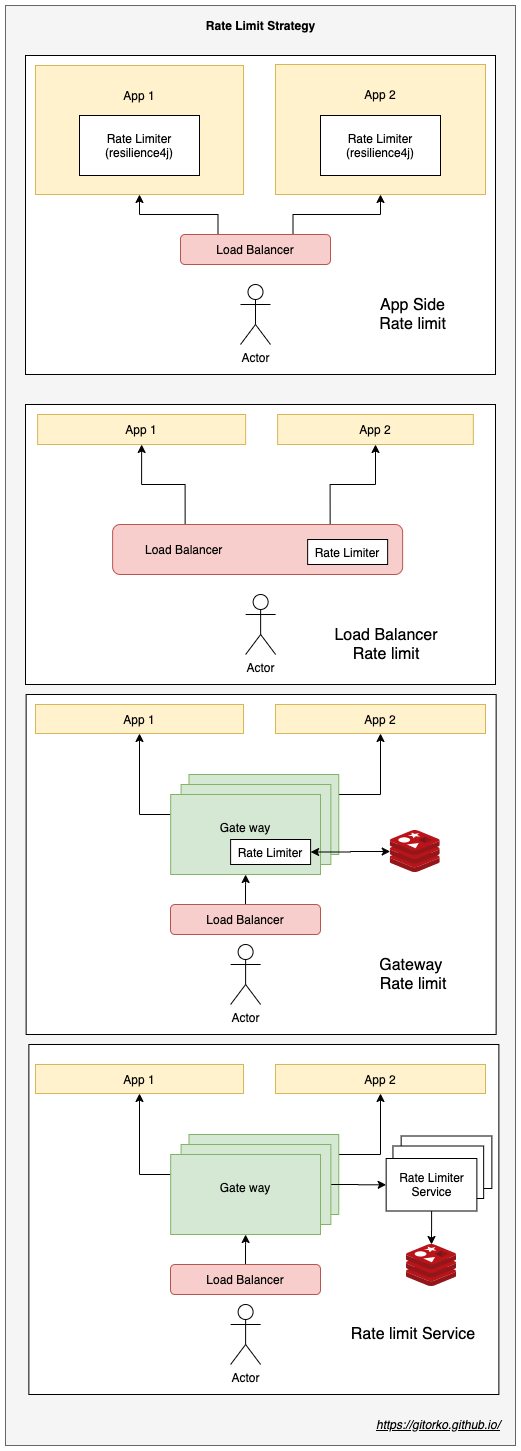
This is post/grokking-the-system-design-interview/rate-limit-distributed.png from gitorko/gitorko.github.io, a draw.io export, as it was before one commit. Source tidied: cells renumbered, new cells last; positions are measured from the earlier drawing's top-left corner, leaving out a move shared by most shapes.
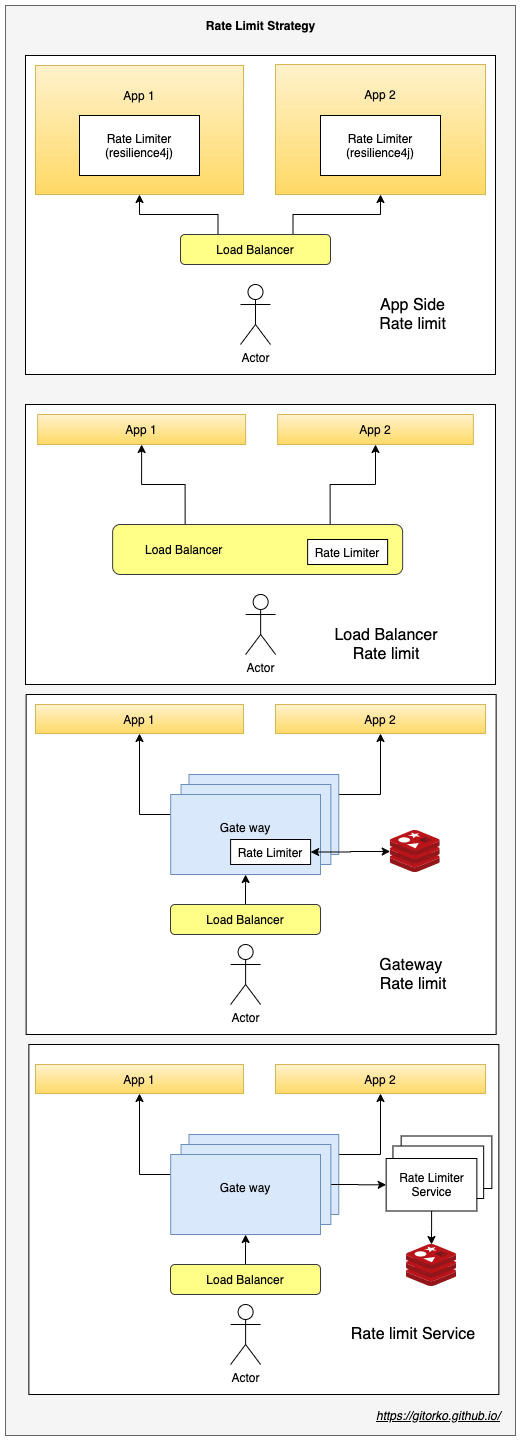
Later version of the same file.

Change to the diagram source:
```diff
@@ -3,7 +3,7 @@
     <mxCell id="0" />
     <mxCell id="1" parent="0" />
     <mxCell id="2" style="rounded=0;whiteSpace=wrap;html=1;fillColor=#f5f5f5;strokeColor=#666666;fontColor=#333333;" parent="1" vertex="1">
-      <mxGeometry width="510" height="1440" as="geometry" />
+      <mxGeometry width="510" height="1430" as="geometry" />
     </mxCell>
     <mxCell id="3" style="rounded=0;whiteSpace=wrap;html=1;" parent="1" vertex="1">
       <mxGeometry x="20" y="399" width="470" height="280" as="geometry" />
@@ -11,10 +11,10 @@
     <mxCell id="4" style="rounded=0;whiteSpace=wrap;html=1;" parent="1" vertex="1">
       <mxGeometry x="20" y="50" width="470" height="319" as="geometry" />
     </mxCell>
-    <mxCell id="5" value="App 1&lt;br&gt;&lt;br&gt;&lt;br&gt;&lt;br&gt;&lt;br&gt;&lt;br&gt;" style="rounded=0;whiteSpace=wrap;html=1;fillColor=#fff2cc;strokeColor=#d6b656;" parent="1" vertex="1">
+    <mxCell id="5" value="App 1&lt;br&gt;&lt;br&gt;&lt;br&gt;&lt;br&gt;&lt;br&gt;&lt;br&gt;" style="rounded=0;whiteSpace=wrap;html=1;fillColor=#fff2cc;strokeColor=#d6b656;gradientColor=#ffd966;" parent="1" vertex="1">
       <mxGeometry x="30" y="60" width="208" height="129" as="geometry" />
     </mxCell>
-    <mxCell id="6" value="App 2&lt;br&gt;&lt;br&gt;&lt;br&gt;&lt;br&gt;&lt;br&gt;&lt;br&gt;" style="rounded=0;whiteSpace=wrap;html=1;fillColor=#fff2cc;strokeColor=#d6b656;" parent="1" vertex="1">
+    <mxCell id="6" value="App 2&lt;br&gt;&lt;br&gt;&lt;br&gt;&lt;br&gt;&lt;br&gt;&lt;br&gt;" style="rounded=0;whiteSpace=wrap;html=1;fillColor=#fff2cc;strokeColor=#d6b656;gradientColor=#ffd966;" parent="1" vertex="1">
       <mxGeometry x="270" y="59" width="210" height="130" as="geometry" />
     </mxCell>
     <mxCell id="7" value="Rate Limiter&lt;br&gt;(resilience4j)" style="rounded=0;whiteSpace=wrap;html=1;" parent="1" vertex="1">
@@ -32,13 +32,13 @@
     <mxCell id="11" style="edgeStyle=orthogonalEdgeStyle;rounded=0;jettySize=auto;html=1;exitX=0.25;exitY=0;exitDx=0;exitDy=0;entryX=0.5;entryY=1;entryDx=0;entryDy=0;" parent="1" edge="1" source="12" target="5">
       <mxGeometry relative="1" as="geometry" />
     </mxCell>
-    <mxCell id="12" value="Load Balancer" style="rounded=1;whiteSpace=wrap;html=1;fillColor=#f8cecc;strokeColor=#b85450;" parent="1" vertex="1">
+    <mxCell id="12" value="Load Balancer" style="rounded=1;whiteSpace=wrap;html=1;fillColor=#ffff88;strokeColor=#36393d;" parent="1" vertex="1">
       <mxGeometry x="175" y="229" width="150" height="30" as="geometry" />
     </mxCell>
-    <mxCell id="13" value="App 1" style="rounded=0;whiteSpace=wrap;html=1;fillColor=#fff2cc;strokeColor=#d6b656;" parent="1" vertex="1">
+    <mxCell id="13" value="App 1" style="rounded=0;whiteSpace=wrap;html=1;fillColor=#fff2cc;strokeColor=#d6b656;gradientColor=#ffd966;" parent="1" vertex="1">
       <mxGeometry x="32.1" y="409" width="208" height="30" as="geometry" />
     </mxCell>
-    <mxCell id="14" value="App 2" style="rounded=0;whiteSpace=wrap;html=1;fillColor=#fff2cc;strokeColor=#d6b656;" parent="1" vertex="1">
+    <mxCell id="14" value="App 2" style="rounded=0;whiteSpace=wrap;html=1;fillColor=#fff2cc;strokeColor=#d6b656;gradientColor=#ffd966;" parent="1" vertex="1">
       <mxGeometry x="272.1" y="409" width="195.7" height="30" as="geometry" />
     </mxCell>
     <mxCell id="15" value="Actor" style="shape=umlActor;verticalLabelPosition=bottom;labelBackgroundColor=#ffffff;verticalAlign=top;html=1;" parent="1" vertex="1">
@@ -50,7 +50,7 @@
     <mxCell id="17" style="edgeStyle=orthogonalEdgeStyle;rounded=0;jettySize=auto;html=1;exitX=0.25;exitY=0;exitDx=0;exitDy=0;entryX=0.5;entryY=1;entryDx=0;entryDy=0;" parent="1" edge="1" source="18" target="13">
       <mxGeometry relative="1" as="geometry" />
     </mxCell>
-    <mxCell id="18" value="Load Balancer&amp;nbsp; &amp;nbsp; &amp;nbsp; &amp;nbsp; &amp;nbsp; &amp;nbsp; &amp;nbsp; &amp;nbsp; &amp;nbsp; &amp;nbsp; &amp;nbsp; &amp;nbsp; &amp;nbsp; &amp;nbsp; &amp;nbsp; &amp;nbsp; &amp;nbsp; &amp;nbsp; &amp;nbsp; &amp;nbsp; &amp;nbsp; &amp;nbsp;&amp;nbsp;" style="rounded=1;whiteSpace=wrap;html=1;fillColor=#f8cecc;strokeColor=#b85450;" parent="1" vertex="1">
+    <mxCell id="18" value="Load Balancer&amp;nbsp; &amp;nbsp; &amp;nbsp; &amp;nbsp; &amp;nbsp; &amp;nbsp; &amp;nbsp; &amp;nbsp; &amp;nbsp; &amp;nbsp; &amp;nbsp; &amp;nbsp; &amp;nbsp; &amp;nbsp; &amp;nbsp; &amp;nbsp; &amp;nbsp; &amp;nbsp; &amp;nbsp; &amp;nbsp; &amp;nbsp; &amp;nbsp;&amp;nbsp;" style="rounded=1;whiteSpace=wrap;html=1;fillColor=#ffff88;strokeColor=#36393d;" parent="1" vertex="1">
       <mxGeometry x="107.1" y="519" width="290" height="50" as="geometry" />
     </mxCell>
     <mxCell id="19" value="Rate Limiter" style="rounded=0;whiteSpace=wrap;html=1;" parent="1" vertex="1">
@@ -65,10 +65,10 @@
     <mxCell id="22" style="rounded=0;whiteSpace=wrap;html=1;" parent="1" vertex="1">
       <mxGeometry x="20.6" y="689" width="470" height="340" as="geometry" />
     </mxCell>
-    <mxCell id="23" value="App 1" style="rounded=0;whiteSpace=wrap;html=1;fillColor=#fff2cc;strokeColor=#d6b656;" parent="1" vertex="1">
+    <mxCell id="23" value="App 1" style="rounded=0;whiteSpace=wrap;html=1;fillColor=#fff2cc;strokeColor=#d6b656;gradientColor=#ffd966;" parent="1" vertex="1">
       <mxGeometry x="30" y="699" width="208" height="29" as="geometry" />
     </mxCell>
-    <mxCell id="24" value="App 2" style="rounded=0;whiteSpace=wrap;html=1;fillColor=#fff2cc;strokeColor=#d6b656;" parent="1" vertex="1">
+    <mxCell id="24" value="App 2" style="rounded=0;whiteSpace=wrap;html=1;fillColor=#fff2cc;strokeColor=#d6b656;gradientColor=#ffd966;" parent="1" vertex="1">
       <mxGeometry x="270" y="699" width="210" height="29" as="geometry" />
     </mxCell>
     <mxCell id="25" value="Actor" style="shape=umlActor;verticalLabelPosition=bottom;labelBackgroundColor=#ffffff;verticalAlign=top;html=1;" parent="1" vertex="1">
@@ -77,7 +77,7 @@
     <mxCell id="26" style="edgeStyle=orthogonalEdgeStyle;rounded=0;jettySize=auto;html=1;" parent="1" edge="1" source="27" target="33">
       <mxGeometry relative="1" as="geometry" />
     </mxCell>
-    <mxCell id="27" value="Load Balancer" style="rounded=1;whiteSpace=wrap;html=1;fillColor=#f8cecc;strokeColor=#b85450;" parent="1" vertex="1">
+    <mxCell id="27" value="Load Balancer" style="rounded=1;whiteSpace=wrap;html=1;fillColor=#ffff88;strokeColor=#36393d;" parent="1" vertex="1">
       <mxGeometry x="165" y="899" width="150" height="30" as="geometry" />
     </mxCell>
     <mxCell id="28" value="&lt;font style=&quot;font-size: 16px&quot;&gt;Gateway &lt;br&gt;Rate limit&lt;/font&gt;" style="text;html=1;strokeColor=none;fillColor=none;align=center;verticalAlign=middle;whiteSpace=wrap;rounded=0;" parent="1" vertex="1">
@@ -86,16 +86,16 @@
     <mxCell id="29" style="edgeStyle=orthogonalEdgeStyle;rounded=0;jettySize=auto;html=1;exitX=1;exitY=0.25;exitDx=0;exitDy=0;entryX=0.5;entryY=1;entryDx=0;entryDy=0;startArrow=none;startFill=0;" parent="1" edge="1" source="30" target="24">
       <mxGeometry relative="1" as="geometry" />
     </mxCell>
-    <mxCell id="30" value="Gate way&lt;br&gt;&lt;br&gt;" style="rounded=0;whiteSpace=wrap;html=1;fillColor=#d5e8d4;strokeColor=#82b366;" parent="1" vertex="1">
+    <mxCell id="30" value="Gate way&lt;br&gt;&lt;br&gt;" style="rounded=0;whiteSpace=wrap;html=1;fillColor=#dae8fc;strokeColor=#6c8ebf;" parent="1" vertex="1">
       <mxGeometry x="183.5" y="769" width="149.8" height="80" as="geometry" />
     </mxCell>
-    <mxCell id="31" value="Gate way&lt;br&gt;&lt;br&gt;" style="rounded=0;whiteSpace=wrap;html=1;fillColor=#d5e8d4;strokeColor=#82b366;" parent="1" vertex="1">
+    <mxCell id="31" value="Gate way&lt;br&gt;&lt;br&gt;" style="rounded=0;whiteSpace=wrap;html=1;fillColor=#dae8fc;strokeColor=#6c8ebf;" parent="1" vertex="1">
       <mxGeometry x="175.6" y="779" width="149.8" height="80" as="geometry" />
     </mxCell>
     <mxCell id="32" style="edgeStyle=orthogonalEdgeStyle;rounded=0;jettySize=auto;html=1;exitX=0;exitY=0.25;exitDx=0;exitDy=0;entryX=0.5;entryY=1;entryDx=0;entryDy=0;startArrow=none;startFill=0;" parent="1" edge="1" source="33" target="23">
       <mxGeometry relative="1" as="geometry" />
     </mxCell>
-    <mxCell id="33" value="Gate way&lt;br&gt;&lt;br&gt;" style="rounded=0;whiteSpace=wrap;html=1;fillColor=#d5e8d4;strokeColor=#82b366;" parent="1" vertex="1">
+    <mxCell id="33" value="Gate way&lt;br&gt;&lt;br&gt;" style="rounded=0;whiteSpace=wrap;html=1;fillColor=#dae8fc;strokeColor=#6c8ebf;" parent="1" vertex="1">
       <mxGeometry x="165.2" y="789" width="149.8" height="80" as="geometry" />
     </mxCell>
     <mxCell id="34" style="edgeStyle=orthogonalEdgeStyle;rounded=0;jettySize=auto;html=1;startArrow=classic;startFill=1;" parent="1" edge="1" source="35" target="36">
@@ -108,15 +108,15 @@
       <mxGeometry x="384.7" y="825" width="50" height="42" as="geometry" />
     </mxCell>
     <mxCell id="37" value="https://gitorko.github.io/" style="text;html=1;strokeColor=none;fillColor=none;align=center;verticalAlign=middle;whiteSpace=wrap;rounded=0;fontStyle=6;" parent="1" vertex="1">
-      <mxGeometry x="367.8" y="1409" width="130" height="20" as="geometry" />
+      <mxGeometry x="367.8" y="1400" width="130" height="20" as="geometry" />
     </mxCell>
     <mxCell id="38" style="rounded=0;whiteSpace=wrap;html=1;" parent="1" vertex="1">
       <mxGeometry x="23.4" y="1039" width="470" height="350" as="geometry" />
     </mxCell>
-    <mxCell id="39" value="App 1" style="rounded=0;whiteSpace=wrap;html=1;fillColor=#fff2cc;strokeColor=#d6b656;" parent="1" vertex="1">
+    <mxCell id="39" value="App 1" style="rounded=0;whiteSpace=wrap;html=1;fillColor=#fff2cc;strokeColor=#d6b656;gradientColor=#ffd966;" parent="1" vertex="1">
       <mxGeometry x="30" y="1059" width="208" height="29" as="geometry" />
     </mxCell>
-    <mxCell id="40" value="App 2" style="rounded=0;whiteSpace=wrap;html=1;fillColor=#fff2cc;strokeColor=#d6b656;" parent="1" vertex="1">
+    <mxCell id="40" value="App 2" style="rounded=0;whiteSpace=wrap;html=1;fillColor=#fff2cc;strokeColor=#d6b656;gradientColor=#ffd966;" parent="1" vertex="1">
       <mxGeometry x="270" y="1059" width="210" height="29" as="geometry" />
     </mxCell>
     <mxCell id="41" value="Actor" style="shape=umlActor;verticalLabelPosition=bottom;labelBackgroundColor=#ffffff;verticalAlign=top;html=1;" parent="1" vertex="1">
@@ -125,7 +125,7 @@
     <mxCell id="42" style="edgeStyle=orthogonalEdgeStyle;rounded=0;jettySize=auto;html=1;" parent="1" edge="1" source="43" target="50">
       <mxGeometry relative="1" as="geometry" />
     </mxCell>
-    <mxCell id="43" value="Load Balancer" style="rounded=1;whiteSpace=wrap;html=1;fillColor=#f8cecc;strokeColor=#b85450;" parent="1" vertex="1">
+    <mxCell id="43" value="Load Balancer" style="rounded=1;whiteSpace=wrap;html=1;fillColor=#ffff88;strokeColor=#36393d;" parent="1" vertex="1">
       <mxGeometry x="165" y="1259" width="150" height="30" as="geometry" />
     </mxCell>
     <mxCell id="44" value="&lt;font style=&quot;font-size: 16px&quot;&gt;Rate limit Service&lt;/font&gt;" style="text;html=1;strokeColor=none;fillColor=none;align=center;verticalAlign=middle;whiteSpace=wrap;rounded=0;" parent="1" vertex="1">
@@ -134,19 +134,19 @@
     <mxCell id="45" style="edgeStyle=orthogonalEdgeStyle;rounded=0;jettySize=auto;html=1;exitX=1;exitY=0.25;exitDx=0;exitDy=0;entryX=0.5;entryY=1;entryDx=0;entryDy=0;startArrow=none;startFill=0;" parent="1" edge="1" source="46" target="40">
       <mxGeometry relative="1" as="geometry" />
     </mxCell>
-    <mxCell id="46" value="Gate way&lt;br&gt;&lt;br&gt;" style="rounded=0;whiteSpace=wrap;html=1;fillColor=#d5e8d4;strokeColor=#82b366;" parent="1" vertex="1">
+    <mxCell id="46" value="Gate way&lt;br&gt;&lt;br&gt;" style="rounded=0;whiteSpace=wrap;html=1;fillColor=#dae8fc;strokeColor=#6c8ebf;" parent="1" vertex="1">
       <mxGeometry x="183.5" y="1129" width="149.8" height="80" as="geometry" />
     </mxCell>
     <mxCell id="47" style="edgeStyle=orthogonalEdgeStyle;rounded=0;jettySize=auto;html=1;" parent="1" edge="1" source="48" target="55">
       <mxGeometry relative="1" as="geometry" />
     </mxCell>
-    <mxCell id="48" value="Gate way&lt;br&gt;&lt;br&gt;" style="rounded=0;whiteSpace=wrap;html=1;fillColor=#d5e8d4;strokeColor=#82b366;" parent="1" vertex="1">
+    <mxCell id="48" value="Gate way&lt;br&gt;&lt;br&gt;" style="rounded=0;whiteSpace=wrap;html=1;fillColor=#dae8fc;strokeColor=#6c8ebf;" parent="1" vertex="1">
       <mxGeometry x="175.6" y="1139" width="149.8" height="80" as="geometry" />
     </mxCell>
     <mxCell id="49" style="edgeStyle=orthogonalEdgeStyle;rounded=0;jettySize=auto;html=1;exitX=0;exitY=0.25;exitDx=0;exitDy=0;entryX=0.5;entryY=1;entryDx=0;entryDy=0;startArrow=none;startFill=0;" parent="1" edge="1" source="50" target="39">
       <mxGeometry relative="1" as="geometry" />
     </mxCell>
-    <mxCell id="50" value="Gate way&lt;br&gt;&lt;br&gt;" style="rounded=0;whiteSpace=wrap;html=1;fillColor=#d5e8d4;strokeColor=#82b366;" parent="1" vertex="1">
+    <mxCell id="50" value="Gate way&lt;br&gt;&lt;br&gt;" style="rounded=0;whiteSpace=wrap;html=1;fillColor=#dae8fc;strokeColor=#6c8ebf;" parent="1" vertex="1">
       <mxGeometry x="165.2" y="1149" width="149.8" height="80" as="geometry" />
     </mxCell>
     <mxCell id="51" value="Rate Limiter Service" style="rounded=0;whiteSpace=wrap;html=1;" parent="1" vertex="1">
```
